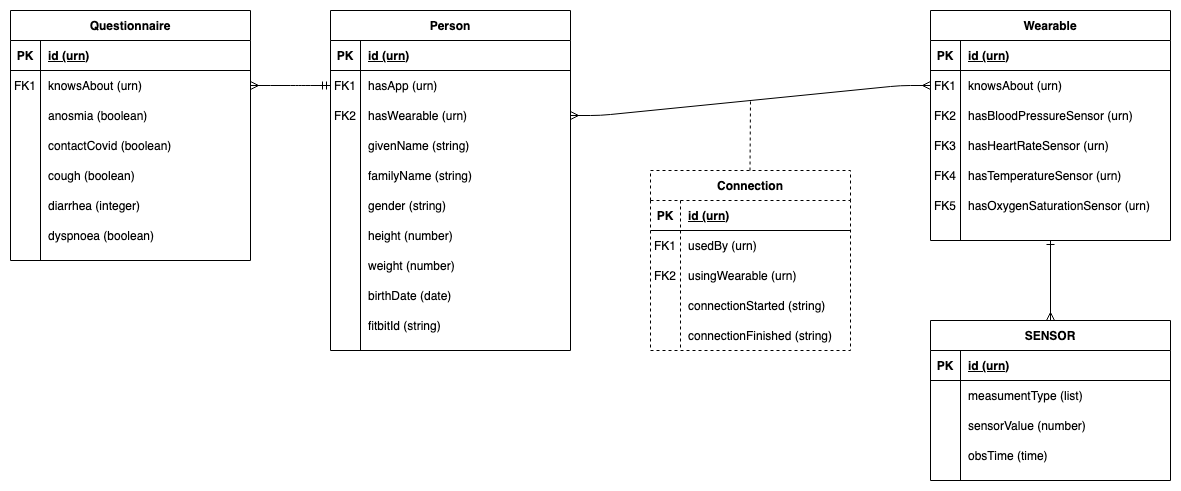
The draw.io diagram 3rdVersion/DataModelSMACovid19.png in rui-vp-fernandes/SMACovid, before a commit. Source tidied: cells renumbered, new cells last; positions are measured from the earlier drawing's top-left corner, leaving out a move shared by most shapes.
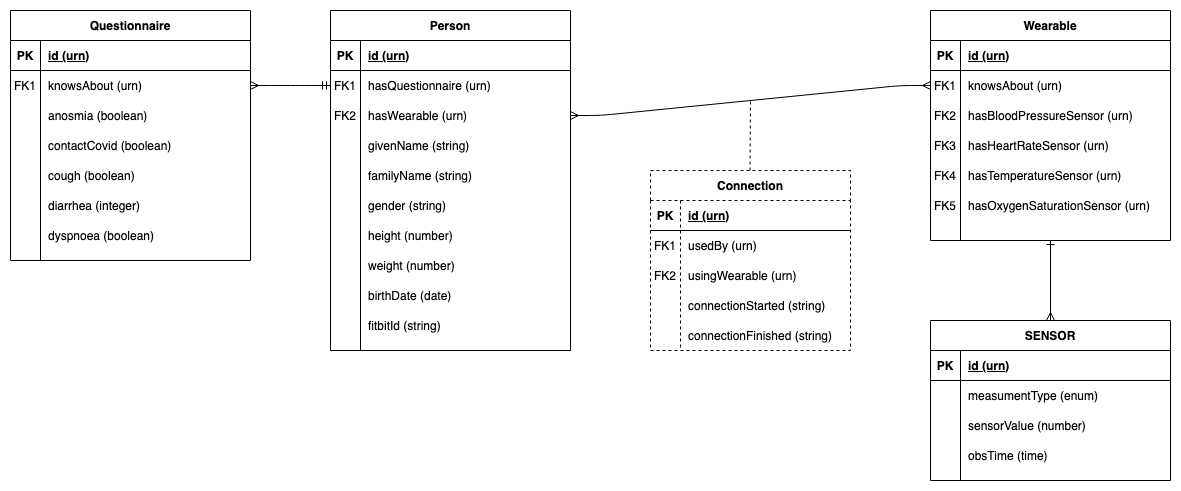
The same file after the commit.

Diff of the diagram source:
```diff
@@ -23,7 +23,7 @@
     <mxCell id="8" value="FK1" style="shape=partialRectangle;overflow=hidden;fillColor=none;top=0;left=0;bottom=0;right=0;" parent="7" vertex="1">
       <mxGeometry width="30" height="30" as="geometry" />
     </mxCell>
-    <mxCell id="9" value="hasApp (urn)" style="shape=partialRectangle;overflow=hidden;fillColor=none;top=0;left=0;bottom=0;right=0;align=left;spacingLeft=6;" parent="7" vertex="1">
+    <mxCell id="9" value="hasQuestionnaire (urn)" style="shape=partialRectangle;overflow=hidden;fillColor=none;top=0;left=0;bottom=0;right=0;align=left;spacingLeft=6;" parent="7" vertex="1">
       <mxGeometry x="30" width="210" height="30" as="geometry" />
     </mxCell>
     <mxCell id="10" style="shape=partialRectangle;fillColor=none;points=[[0,0.5],[1,0.5]];portConstraint=eastwest;top=0;left=0;right=0;bottom=0;" parent="3" vertex="1">
@@ -239,7 +239,7 @@
     <mxCell id="80" style="shape=partialRectangle;overflow=hidden;fillColor=none;top=0;left=0;bottom=0;right=0;" parent="79" vertex="1">
       <mxGeometry width="30" height="30" as="geometry" />
     </mxCell>
-    <mxCell id="81" value="measumentType (list)" style="shape=partialRectangle;overflow=hidden;fillColor=none;top=0;left=0;bottom=0;right=0;align=left;spacingLeft=6;" parent="79" vertex="1">
+    <mxCell id="81" value="measumentType (enum)" style="shape=partialRectangle;overflow=hidden;fillColor=none;top=0;left=0;bottom=0;right=0;align=left;spacingLeft=6;" parent="79" vertex="1">
       <mxGeometry x="30" width="210" height="30" as="geometry" />
     </mxCell>
     <mxCell id="82" style="shape=partialRectangle;fillColor=none;top=0;left=0;right=0;bottom=0;" parent="75" vertex="1">
```
